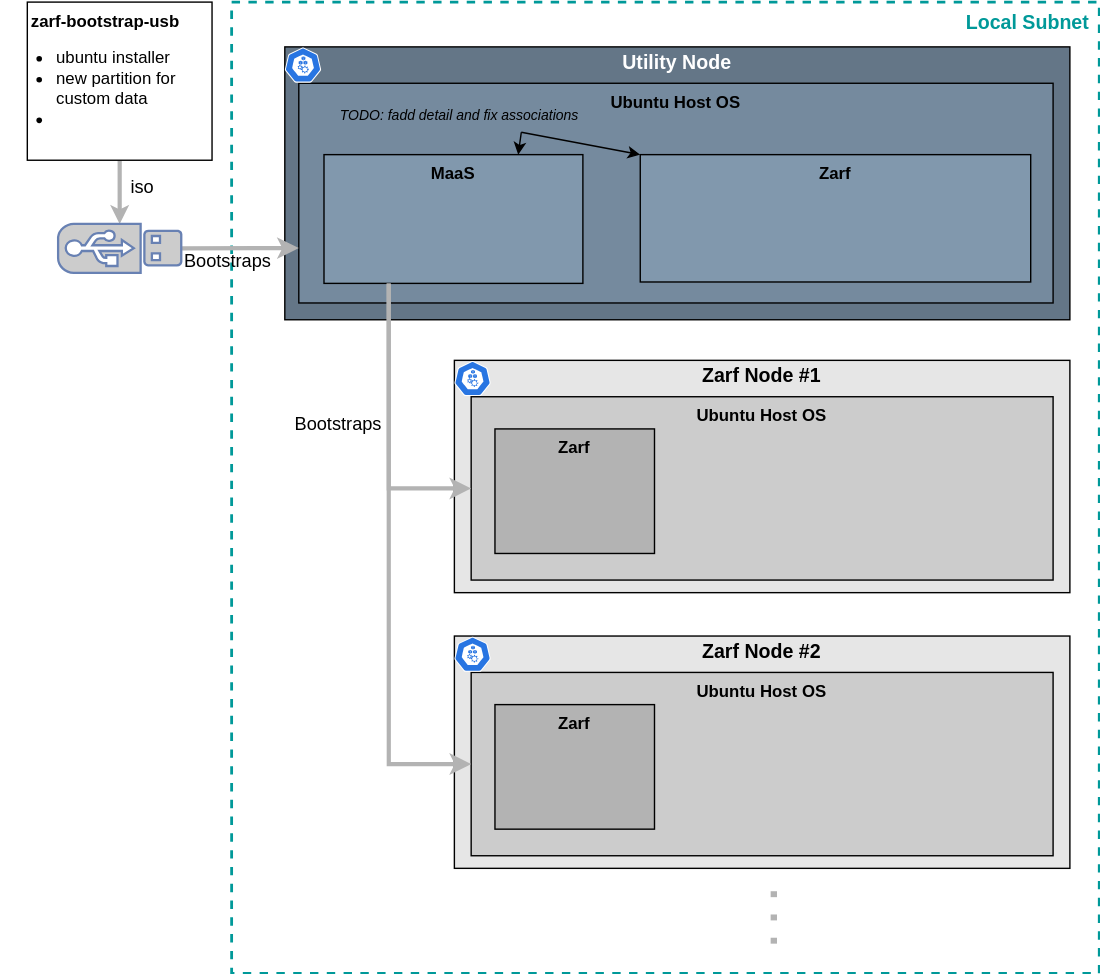
The draw.io diagram .images/zarf-bare-metal.drawio.svg in defenseunicorns/zarf-package-bare-metal, before a commit. Source tidied: cells renumbered, new cells last; positions are measured from the earlier drawing's top-left corner, leaving out a move shared by most shapes.
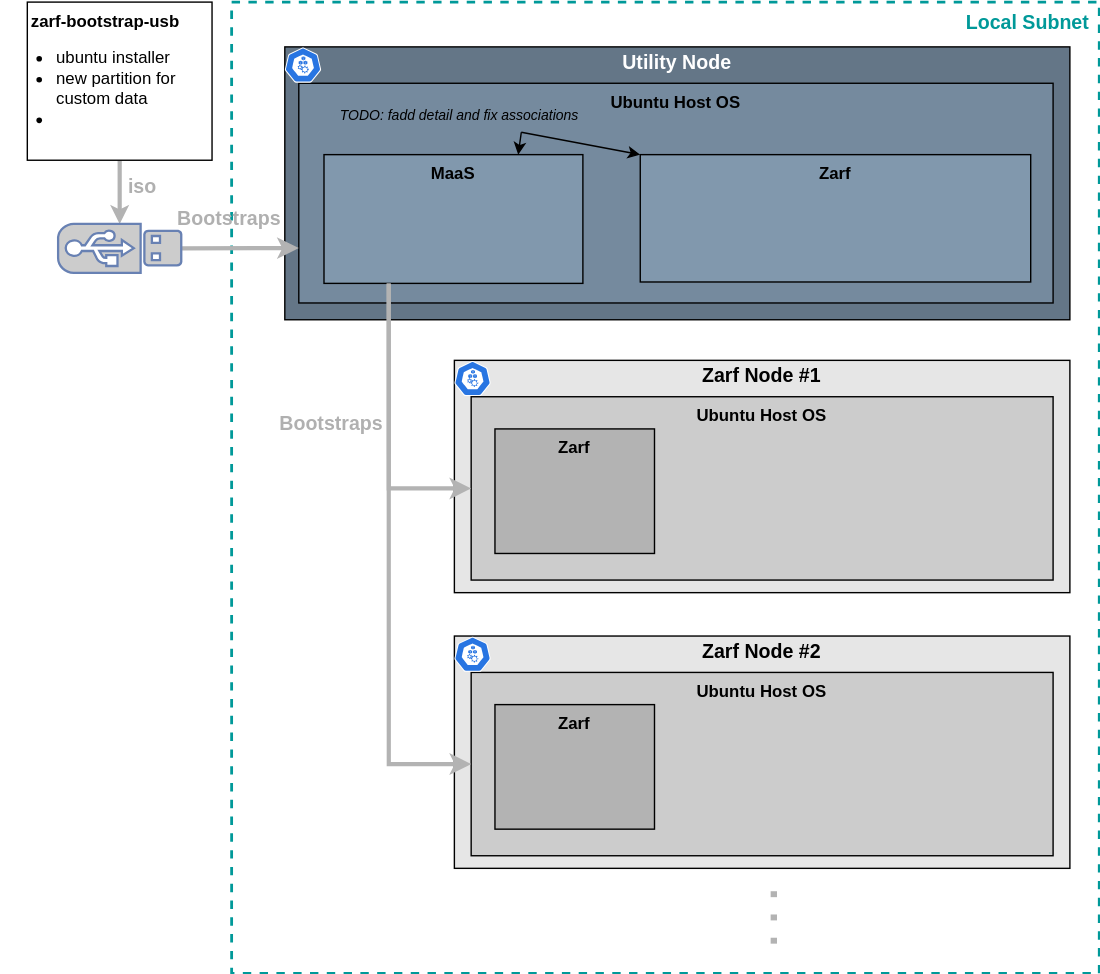
The same file after the commit.

Commit message:
11: enlarge Bootstrap and change grays to have sufficient contrast for both white and black backgrounds.

What changed in the source:
```diff
@@ -11,7 +11,7 @@
     <mxCell id="4" value="&lt;font style=&quot;font-size: 30px; --darkreader-inline-color: #a38272;&quot;&gt;. . .&lt;/font&gt;" style="text;html=1;align=center;verticalAlign=middle;strokeColor=none;fillColor=none;horizontal=0;fontStyle=1;fontSize=30;fontColor=#B3B3B3;" parent="1" vertex="1">
       <mxGeometry x="498.1" y="628" width="54" height="54" as="geometry" />
     </mxCell>
-    <mxCell id="5" value="iso" style="rounded=0;jettySize=auto;html=1;entryX=0;entryY=0.5;entryDx=0;entryDy=0;entryPerimeter=0;exitX=0.5;exitY=1;exitDx=0;exitDy=0;strokeColor=#B3B3B3;strokeWidth=3;endSize=4;startSize=4;fontSize=13;" parent="1" edge="1" source="6" target="26">
+    <mxCell id="5" value="iso" style="rounded=0;jettySize=auto;html=1;entryX=0;entryY=0.5;entryDx=0;entryDy=0;entryPerimeter=0;exitX=0.5;exitY=1;exitDx=0;exitDy=0;strokeColor=#B3B3B3;strokeWidth=3;endSize=4;startSize=4;fontSize=14;fontStyle=1;fontColor=#B0B0B0;labelBackgroundColor=none;" parent="1" edge="1" source="6" target="26">
       <mxGeometry x="-0.17" y="16" relative="1" as="geometry" />
     </mxCell>
     <mxCell id="6" value="zarf-bootstrap-usb&lt;br&gt;&lt;div style=&quot;text-align: left;&quot;&gt;&lt;ul&gt;&lt;li&gt;&lt;span style=&quot;font-weight: 400;&quot;&gt;ubuntu installer&lt;/span&gt;&lt;/li&gt;&lt;li&gt;&lt;span style=&quot;font-weight: 400;&quot;&gt;new partition for custom data&lt;/span&gt;&lt;/li&gt;&lt;li&gt;&lt;br&gt;&lt;/li&gt;&lt;/ul&gt;&lt;/div&gt;" style="rounded=0;whiteSpace=wrap;html=1;fontStyle=1;verticalAlign=top;spacingLeft=-20;" parent="1" vertex="1">
@@ -29,9 +29,6 @@
     <mxCell id="10" value="MaaS" style="rounded=0;whiteSpace=wrap;html=1;verticalAlign=top;fontStyle=1;fillColor=#8198AD;" parent="1" vertex="1">
       <mxGeometry x="212" y="109" width="185" height="92" as="geometry" />
     </mxCell>
-    <mxCell id="11" value="&lt;div&gt;Bootstraps&lt;/div&gt;" style="edgeLabel;html=1;align=center;verticalAlign=middle;fontColor=#FFFFFF;labelBackgroundColor=none;" parent="1" vertex="1">
-      <mxGeometry x="184" y="296" as="geometry" />
-    </mxCell>
     <mxCell id="12" value="&lt;span style=&quot;text-align: left; background-color: initial; font-size: 14px;&quot;&gt;Zarf Node #1&lt;br style=&quot;font-size: 14px;&quot;&gt;&lt;/span&gt;&lt;div style=&quot;text-align: left; font-size: 14px;&quot;&gt;&lt;div style=&quot;font-size: 14px;&quot;&gt;&lt;span style=&quot;font-weight: 400; font-size: 14px;&quot;&gt;&lt;br style=&quot;font-size: 14px;&quot;&gt;&lt;/span&gt;&lt;/div&gt;&lt;/div&gt;" style="rounded=0;whiteSpace=wrap;html=1;fontStyle=1;verticalAlign=top;spacingLeft=0;fillColor=#E6E6E6;fontColor=#000000;fontSize=14;spacingTop=-4;" parent="1" vertex="1">
       <mxGeometry x="305.2" y="256" width="439.8" height="166" as="geometry" />
     </mxCell>
@@ -50,17 +47,17 @@
     <mxCell id="17" style="rounded=0;jettySize=auto;html=1;exitX=0.5;exitY=0;exitDx=0;exitDy=0;exitPerimeter=0;labelBackgroundColor=none;strokeColor=#B3B3B3;strokeWidth=3;entryX=0;entryY=0.75;entryDx=0;entryDy=0;fontColor=#4C0099;" parent="1" edge="1" source="26" target="8">
       <mxGeometry relative="1" as="geometry" />
     </mxCell>
-    <mxCell id="18" value="&lt;div style=&quot;font-size: 13px;&quot;&gt;Bootstraps&lt;/div&gt;" style="edgeLabel;html=1;align=center;verticalAlign=middle;fontColor=#000000;labelBackgroundColor=none;fontSize=13;fontStyle=0;" parent="17" vertex="1">
+    <mxCell id="18" value="&lt;div style=&quot;font-size: 14px;&quot;&gt;Bootstraps&lt;/div&gt;" style="edgeLabel;html=1;align=center;verticalAlign=middle;fontColor=#B0B0B0;labelBackgroundColor=none;fontSize=14;fontStyle=1;" parent="17" vertex="1">
       <mxGeometry x="-0.31" y="-4" relative="1" as="geometry">
-        <mxPoint x="3" y="5" as="offset" />
+        <mxPoint x="4" y="-25" as="offset" />
       </mxGeometry>
     </mxCell>
     <mxCell id="19" style="rounded=0;jettySize=auto;html=1;exitX=0.25;exitY=1;exitDx=0;exitDy=0;labelBackgroundColor=none;strokeColor=#B3B3B3;strokeWidth=3;entryX=0;entryY=0.5;entryDx=0;entryDy=0;fontColor=#4C0099;edgeStyle=orthogonalEdgeStyle;" parent="1" edge="1" source="10" target="13">
       <mxGeometry relative="1" as="geometry" />
     </mxCell>
-    <mxCell id="20" value="&lt;div style=&quot;font-size: 13px;&quot;&gt;Bootstraps&lt;/div&gt;" style="edgeLabel;html=1;align=center;verticalAlign=middle;fontColor=#000000;labelBackgroundColor=none;fontStyle=0;fontSize=13;" parent="19" vertex="1">
+    <mxCell id="20" value="&lt;div style=&quot;font-size: 14px;&quot;&gt;Bootstraps&lt;/div&gt;" style="edgeLabel;html=1;align=center;verticalAlign=middle;fontColor=#B0B0B0;labelBackgroundColor=none;fontStyle=1;fontSize=14;" parent="19" vertex="1">
       <mxGeometry x="-0.31" y="-4" relative="1" as="geometry">
-        <mxPoint x="-33" y="28" as="offset" />
+        <mxPoint x="-38" y="28" as="offset" />
       </mxGeometry>
     </mxCell>
     <mxCell id="21" value="&lt;span style=&quot;text-align: left; background-color: initial; font-size: 14px;&quot;&gt;Zarf Node #2&lt;br style=&quot;font-size: 14px;&quot;&gt;&lt;/span&gt;&lt;div style=&quot;text-align: left; font-size: 14px;&quot;&gt;&lt;div style=&quot;font-size: 14px;&quot;&gt;&lt;span style=&quot;font-weight: 400; font-size: 14px;&quot;&gt;&lt;br style=&quot;font-size: 14px;&quot;&gt;&lt;/span&gt;&lt;/div&gt;&lt;/div&gt;" style="rounded=0;whiteSpace=wrap;html=1;fontStyle=1;verticalAlign=top;spacingLeft=0;fillColor=#E6E6E6;fontColor=#000000;fontSize=14;spacingTop=-4;" parent="1" vertex="1">
```
